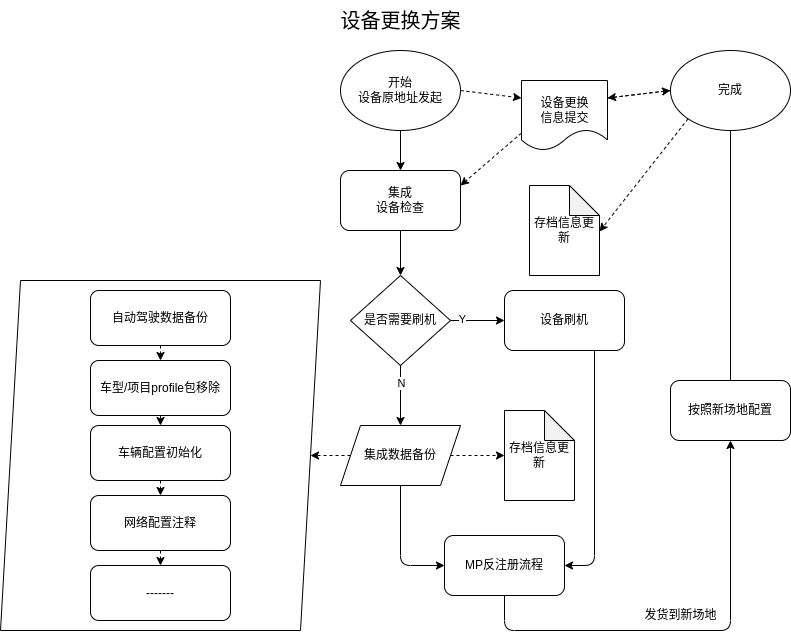
Before: workflow/v0.1-devicesReplaceScheme.drawio.png, a diagram exported from draw.io (yangchen-t/repo_demo). Source tidied: cells renumbered, new cells last; positions are measured from the earlier drawing's top-left corner, leaving out a move shared by most shapes.
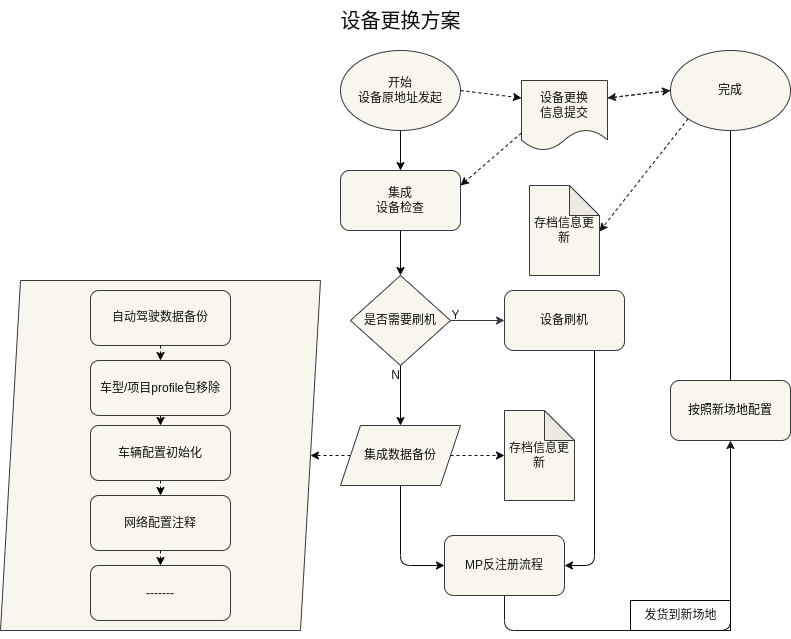
Later version of the same file.

Diff of the diagram source:
```diff
@@ -1,54 +1,44 @@
-<mxGraphModel>
+<mxGraphModel background="#ffffff" shadow="1">
   <root>
     <mxCell id="0" />
     <mxCell id="1" parent="0" />
-    <mxCell id="2" style="edgeStyle=none;html=1;exitX=1;exitY=0.25;exitDx=0;exitDy=0;entryX=0;entryY=0.5;entryDx=0;entryDy=0;dashed=1;" parent="1" edge="1" source="3" target="40">
+    <mxCell id="2" style="edgeStyle=none;html=1;exitX=1;exitY=0.25;exitDx=0;exitDy=0;entryX=0;entryY=0.5;entryDx=0;entryDy=0;dashed=1;strokeColor=#1a1919;fontColor=#1a1919;" parent="1" edge="1" source="3" target="40">
       <mxGeometry relative="1" as="geometry" />
     </mxCell>
-    <mxCell id="3" style="shape=document;whiteSpace=wrap;html=1;boundedLbl=1;" parent="1" vertex="1">
+    <mxCell id="3" value="&lt;span style=&quot;color: rgb(10, 10, 10);&quot;&gt;设备更换&lt;/span&gt;&lt;br style=&quot;color: rgb(10, 10, 10);&quot;&gt;&lt;span style=&quot;color: rgb(10, 10, 10);&quot;&gt;信息提交&lt;/span&gt;" style="shape=document;whiteSpace=wrap;html=1;boundedLbl=1;fillColor=#f9f7ed;strokeColor=#36393d;" parent="1" vertex="1">
       <mxGeometry x="521" y="80" width="86" height="70" as="geometry" />
     </mxCell>
-    <mxCell id="4" style="edgeStyle=none;html=1;exitX=0.5;exitY=1;exitDx=0;exitDy=0;entryX=0.5;entryY=0;entryDx=0;entryDy=0;" parent="1" edge="1" source="6" target="9">
+    <mxCell id="4" style="edgeStyle=none;html=1;exitX=0.5;exitY=1;exitDx=0;exitDy=0;entryX=0.5;entryY=0;entryDx=0;entryDy=0;strokeColor=#0a0a0a;" parent="1" edge="1" source="6" target="9">
       <mxGeometry relative="1" as="geometry" />
     </mxCell>
-    <mxCell id="5" style="html=1;exitX=1;exitY=0.5;exitDx=0;exitDy=0;entryX=0;entryY=0.25;entryDx=0;entryDy=0;dashed=1;" parent="1" edge="1" source="6" target="3">
+    <mxCell id="5" style="html=1;exitX=1;exitY=0.5;exitDx=0;exitDy=0;entryX=0;entryY=0.25;entryDx=0;entryDy=0;dashed=1;strokeColor=#0a0a0a;" parent="1" edge="1" source="6" target="3">
       <mxGeometry relative="1" as="geometry" />
     </mxCell>
-    <mxCell id="6" value="开始&lt;br&gt;设备原地址发起" style="ellipse;whiteSpace=wrap;html=1;" parent="1" vertex="1">
+    <mxCell id="6" value="&lt;font color=&quot;#121111&quot;&gt;开始&lt;br&gt;设备原地址发起&lt;/font&gt;" style="ellipse;whiteSpace=wrap;html=1;fillColor=#f9f7ed;strokeColor=#36393d;" parent="1" vertex="1">
       <mxGeometry x="340" y="50" width="120" height="80" as="geometry" />
     </mxCell>
-    <mxCell id="7" value="&lt;font style=&quot;font-size: 20px;&quot;&gt;设备更换方案&lt;/font&gt;" style="text;html=1;align=center;verticalAlign=middle;strokeColor=none;fillColor=none;rotation=0;" parent="1" vertex="1">
+    <mxCell id="7" value="&lt;font color=&quot;#0d0d0d&quot; style=&quot;font-size: 20px;&quot;&gt;设备更换方案&lt;/font&gt;" style="text;html=1;align=center;verticalAlign=middle;strokeColor=none;fillColor=none;rotation=0;" parent="1" vertex="1">
       <mxGeometry x="330" width="140" height="40" as="geometry" />
     </mxCell>
-    <mxCell id="8" style="edgeStyle=none;html=1;exitX=0.5;exitY=1;exitDx=0;exitDy=0;entryX=0.5;entryY=0;entryDx=0;entryDy=0;" parent="1" edge="1" source="9" target="14">
+    <mxCell id="8" style="edgeStyle=none;html=1;exitX=0.5;exitY=1;exitDx=0;exitDy=0;entryX=0.5;entryY=0;entryDx=0;entryDy=0;strokeColor=#0a0a0a;" parent="1" edge="1" source="9" target="14">
       <mxGeometry relative="1" as="geometry" />
     </mxCell>
-    <mxCell id="9" value="集成&lt;br&gt;设备检查" style="rounded=1;whiteSpace=wrap;html=1;" parent="1" vertex="1">
+    <mxCell id="9" value="&lt;font color=&quot;#121111&quot;&gt;集成&lt;br&gt;设备检查&lt;/font&gt;" style="rounded=1;whiteSpace=wrap;html=1;fillColor=#f9f7ed;strokeColor=#36393d;" parent="1" vertex="1">
       <mxGeometry x="340" y="170" width="120" height="60" as="geometry" />
     </mxCell>
-    <mxCell id="10" style="edgeStyle=none;html=1;exitX=0.5;exitY=1;exitDx=0;exitDy=0;entryX=0.5;entryY=0;entryDx=0;entryDy=0;" parent="1" edge="1" source="14" target="25">
+    <mxCell id="10" style="edgeStyle=none;html=1;exitX=0.5;exitY=1;exitDx=0;exitDy=0;entryX=0.5;entryY=0;entryDx=0;entryDy=0;strokeColor=#0a0a0a;" parent="1" edge="1" source="14" target="25">
       <mxGeometry relative="1" as="geometry" />
     </mxCell>
-    <mxCell id="11" value="N" style="edgeLabel;html=1;align=center;verticalAlign=middle;" parent="10" vertex="1">
-      <mxGeometry x="-0.53" y="-5" relative="1" as="geometry">
-        <mxPoint x="5" y="3" as="offset" />
-      </mxGeometry>
-    </mxCell>
-    <mxCell id="12" style="edgeStyle=none;html=1;exitX=1;exitY=0.5;exitDx=0;exitDy=0;entryX=0;entryY=0.5;entryDx=0;entryDy=0;" parent="1" edge="1" source="14" target="19">
+    <mxCell id="12" style="edgeStyle=none;html=1;exitX=1;exitY=0.5;exitDx=0;exitDy=0;entryX=0;entryY=0.5;entryDx=0;entryDy=0;strokeColor=#36393d;fillColor=#f9f7ed;" parent="1" edge="1" source="14" target="19">
       <mxGeometry relative="1" as="geometry" />
     </mxCell>
-    <mxCell id="13" value="Y" style="edgeLabel;html=1;align=center;verticalAlign=middle;" parent="12" vertex="1">
-      <mxGeometry x="-0.64" y="2" relative="1" as="geometry">
-        <mxPoint x="1" as="offset" />
-      </mxGeometry>
-    </mxCell>
-    <mxCell id="14" value="是否需要刷机" style="rhombus;whiteSpace=wrap;html=1;" parent="1" vertex="1">
+    <mxCell id="14" value="&lt;font color=&quot;#0a0a0a&quot;&gt;是否需要刷机&lt;/font&gt;" style="rhombus;whiteSpace=wrap;html=1;fillColor=#f9f7ed;strokeColor=#36393d;" parent="1" vertex="1">
       <mxGeometry x="350" y="275" width="100" height="90" as="geometry" />
     </mxCell>
-    <mxCell id="15" style="edgeStyle=none;html=1;exitX=1;exitY=0.5;exitDx=0;exitDy=0;dashed=1;startArrow=none;" parent="1" edge="1" source="25" target="17">
+    <mxCell id="15" style="edgeStyle=none;html=1;exitX=1;exitY=0.5;exitDx=0;exitDy=0;dashed=1;startArrow=none;strokeColor=#0a0a0a;" parent="1" edge="1" source="25" target="17">
       <mxGeometry relative="1" as="geometry" />
     </mxCell>
-    <mxCell id="16" style="edgeStyle=orthogonalEdgeStyle;html=1;entryX=0.5;entryY=1;entryDx=0;entryDy=0;startArrow=none;exitX=0.5;exitY=1;exitDx=0;exitDy=0;" parent="1" edge="1" source="36" target="20">
+    <mxCell id="16" style="edgeStyle=orthogonalEdgeStyle;html=1;entryX=0.5;entryY=1;entryDx=0;entryDy=0;startArrow=none;exitX=0.5;exitY=1;exitDx=0;exitDy=0;strokeColor=#1a1919;" parent="1" edge="1" source="36" target="20">
       <mxGeometry relative="1" as="geometry">
         <Array as="points">
           <mxPoint x="504" y="630" />
@@ -56,83 +46,86 @@
         </Array>
       </mxGeometry>
     </mxCell>
-    <mxCell id="17" value="存档信息更新" style="shape=note;whiteSpace=wrap;html=1;backgroundOutline=1;darkOpacity=0.05;" parent="1" vertex="1">
+    <mxCell id="17" value="&lt;font color=&quot;#171616&quot;&gt;存档信息更新&lt;/font&gt;" style="shape=note;whiteSpace=wrap;html=1;backgroundOutline=1;darkOpacity=0.05;fillColor=#f9f7ed;strokeColor=#36393d;" parent="1" vertex="1">
       <mxGeometry x="504" y="410" width="70" height="90" as="geometry" />
     </mxCell>
-    <mxCell id="18" style="edgeStyle=orthogonalEdgeStyle;html=1;exitX=0.75;exitY=1;exitDx=0;exitDy=0;entryX=1;entryY=0.5;entryDx=0;entryDy=0;" parent="1" edge="1" source="19" target="36">
+    <mxCell id="18" style="edgeStyle=orthogonalEdgeStyle;html=1;exitX=0.75;exitY=1;exitDx=0;exitDy=0;entryX=1;entryY=0.5;entryDx=0;entryDy=0;strokeColor=#0a0a0a;" parent="1" edge="1" source="19" target="36">
       <mxGeometry relative="1" as="geometry" />
     </mxCell>
-    <mxCell id="19" value="设备刷机" style="rounded=1;whiteSpace=wrap;html=1;" parent="1" vertex="1">
+    <mxCell id="19" value="&lt;font color=&quot;#0d0c0c&quot;&gt;设备刷机&lt;/font&gt;" style="rounded=1;whiteSpace=wrap;html=1;fillColor=#f9f7ed;strokeColor=#36393d;" parent="1" vertex="1">
       <mxGeometry x="504" y="290" width="120" height="60" as="geometry" />
     </mxCell>
-    <mxCell id="20" value="按照新场地配置" style="rounded=1;whiteSpace=wrap;html=1;" parent="1" vertex="1">
+    <mxCell id="20" value="&lt;font color=&quot;#050505&quot;&gt;按照新场地配置&lt;/font&gt;" style="rounded=1;whiteSpace=wrap;html=1;fillColor=#f9f7ed;strokeColor=#36393d;" parent="1" vertex="1">
       <mxGeometry x="670" y="380" width="120" height="60" as="geometry" />
     </mxCell>
-    <mxCell id="21" value="发货到新场地" style="text;html=1;align=center;verticalAlign=middle;strokeColor=none;fillColor=none;" parent="1" vertex="1">
+    <mxCell id="21" value="&lt;font color=&quot;#1a1919&quot;&gt;发货到新场地&lt;/font&gt;" style="text;html=1;align=center;verticalAlign=middle;strokeColor=#0a0a0a;fillColor=none;" parent="1" vertex="1">
       <mxGeometry x="630" y="600" width="100" height="30" as="geometry" />
     </mxCell>
-    <mxCell id="22" style="edgeStyle=none;html=1;exitX=0;exitY=1;exitDx=0;exitDy=0;dashed=1;entryX=1;entryY=0.511;entryDx=0;entryDy=0;entryPerimeter=0;" parent="1" edge="1" source="40" target="37">
+    <mxCell id="22" style="edgeStyle=none;html=1;exitX=0;exitY=1;exitDx=0;exitDy=0;dashed=1;entryX=1;entryY=0.511;entryDx=0;entryDy=0;entryPerimeter=0;strokeColor=#0f0f0f;" parent="1" edge="1" source="40" target="37">
       <mxGeometry relative="1" as="geometry" />
     </mxCell>
-    <mxCell id="23" style="edgeStyle=none;html=1;exitX=0;exitY=0.5;exitDx=0;exitDy=0;dashed=1;entryX=1;entryY=0.5;entryDx=0;entryDy=0;" parent="1" edge="1" source="25" target="26">
+    <mxCell id="23" style="edgeStyle=none;html=1;exitX=0;exitY=0.5;exitDx=0;exitDy=0;dashed=1;entryX=1;entryY=0.5;entryDx=0;entryDy=0;strokeColor=#0a0a0a;" parent="1" edge="1" source="25" target="26">
       <mxGeometry relative="1" as="geometry" />
     </mxCell>
-    <mxCell id="24" style="edgeStyle=orthogonalEdgeStyle;html=1;exitX=0.5;exitY=1;exitDx=0;exitDy=0;entryX=0;entryY=0.5;entryDx=0;entryDy=0;" parent="1" edge="1" source="25" target="36">
+    <mxCell id="24" style="edgeStyle=orthogonalEdgeStyle;html=1;exitX=0.5;exitY=1;exitDx=0;exitDy=0;entryX=0;entryY=0.5;entryDx=0;entryDy=0;strokeColor=#0a0a0a;" parent="1" edge="1" source="25" target="36">
       <mxGeometry relative="1" as="geometry" />
     </mxCell>
-    <mxCell id="25" value="集成数据备份" style="shape=parallelogram;perimeter=parallelogramPerimeter;whiteSpace=wrap;html=1;fixedSize=1;" parent="1" vertex="1">
+    <mxCell id="25" value="&lt;font color=&quot;#100f0f&quot;&gt;集成数据备份&lt;/font&gt;" style="shape=parallelogram;perimeter=parallelogramPerimeter;whiteSpace=wrap;html=1;fixedSize=1;fillColor=#f9f7ed;strokeColor=#36393d;" parent="1" vertex="1">
       <mxGeometry x="340" y="425" width="120" height="60" as="geometry" />
     </mxCell>
-    <mxCell id="26" style="shape=parallelogram;perimeter=parallelogramPerimeter;whiteSpace=wrap;html=1;fixedSize=1;" parent="1" vertex="1">
+    <mxCell id="26" style="shape=parallelogram;perimeter=parallelogramPerimeter;whiteSpace=wrap;html=1;fixedSize=1;fillColor=#f9f7ed;strokeColor=#36393d;" parent="1" vertex="1">
       <mxGeometry y="280" width="320" height="350" as="geometry" />
     </mxCell>
     <mxCell id="27" style="edgeStyle=none;html=1;exitX=0.5;exitY=1;exitDx=0;exitDy=0;entryX=0.5;entryY=0;entryDx=0;entryDy=0;dashed=1;" parent="1" edge="1" source="28" target="30">
       <mxGeometry relative="1" as="geometry" />
     </mxCell>
-    <mxCell id="28" value="自动驾驶数据备份" style="rounded=1;whiteSpace=wrap;html=1;" parent="1" vertex="1">
+    <mxCell id="28" value="&lt;font color=&quot;#121212&quot;&gt;自动驾驶数据备份&lt;/font&gt;" style="rounded=1;whiteSpace=wrap;html=1;fillColor=#f9f7ed;strokeColor=#36393d;" parent="1" vertex="1">
       <mxGeometry x="90" y="290" width="140" height="55" as="geometry" />
     </mxCell>
     <mxCell id="29" style="edgeStyle=none;html=1;exitX=0.5;exitY=1;exitDx=0;exitDy=0;entryX=0.5;entryY=0;entryDx=0;entryDy=0;dashed=1;" parent="1" edge="1" source="30" target="32">
       <mxGeometry relative="1" as="geometry" />
     </mxCell>
-    <mxCell id="30" value="车型/项目profile包移除" style="rounded=1;whiteSpace=wrap;html=1;" parent="1" vertex="1">
+    <mxCell id="30" value="&lt;font color=&quot;#0d0d0d&quot;&gt;车型/项目profile包移除&lt;/font&gt;" style="rounded=1;whiteSpace=wrap;html=1;fillColor=#f9f7ed;strokeColor=#36393d;" parent="1" vertex="1">
       <mxGeometry x="90" y="360" width="140" height="55" as="geometry" />
     </mxCell>
     <mxCell id="31" style="edgeStyle=none;html=1;exitX=0.5;exitY=1;exitDx=0;exitDy=0;dashed=1;" parent="1" edge="1" source="32" target="34">
       <mxGeometry relative="1" as="geometry" />
     </mxCell>
-    <mxCell id="32" value="车辆配置初始化" style="rounded=1;whiteSpace=wrap;html=1;" parent="1" vertex="1">
+    <mxCell id="32" value="&lt;font color=&quot;#0f0f0f&quot;&gt;车辆配置初始化&lt;/font&gt;" style="rounded=1;whiteSpace=wrap;html=1;fillColor=#f9f7ed;strokeColor=#36393d;" parent="1" vertex="1">
       <mxGeometry x="90" y="425" width="140" height="55" as="geometry" />
     </mxCell>
     <mxCell id="33" style="edgeStyle=none;html=1;exitX=0.5;exitY=1;exitDx=0;exitDy=0;entryX=0.5;entryY=0;entryDx=0;entryDy=0;dashed=1;" parent="1" edge="1" source="34" target="35">
       <mxGeometry relative="1" as="geometry" />
     </mxCell>
-    <mxCell id="34" value="网络配置注释" style="rounded=1;whiteSpace=wrap;html=1;" parent="1" vertex="1">
+    <mxCell id="34" value="&lt;font color=&quot;#151414&quot;&gt;网络配置注释&lt;/font&gt;" style="rounded=1;whiteSpace=wrap;html=1;fillColor=#f9f7ed;strokeColor=#36393d;" parent="1" vertex="1">
       <mxGeometry x="90" y="495" width="140" height="55" as="geometry" />
     </mxCell>
-    <mxCell id="35" value="-------" style="rounded=1;whiteSpace=wrap;html=1;" parent="1" vertex="1">
+    <mxCell id="35" value="&lt;font color=&quot;#151414&quot;&gt;-------&lt;/font&gt;" style="rounded=1;whiteSpace=wrap;html=1;fillColor=#f9f7ed;strokeColor=#36393d;" parent="1" vertex="1">
       <mxGeometry x="90" y="565" width="140" height="55" as="geometry" />
     </mxCell>
-    <mxCell id="36" value="MP反注册流程" style="rounded=1;whiteSpace=wrap;html=1;" parent="1" vertex="1">
+    <mxCell id="36" value="&lt;font color=&quot;#171616&quot;&gt;MP反注册流程&lt;/font&gt;" style="rounded=1;whiteSpace=wrap;html=1;fillColor=#f9f7ed;strokeColor=#36393d;" parent="1" vertex="1">
       <mxGeometry x="444" y="535" width="120" height="60" as="geometry" />
     </mxCell>
-    <mxCell id="37" value="存档信息更新" style="shape=note;whiteSpace=wrap;html=1;backgroundOutline=1;darkOpacity=0.05;" parent="1" vertex="1">
+    <mxCell id="37" value="&lt;font color=&quot;#121111&quot;&gt;存档信息更新&lt;/font&gt;" style="shape=note;whiteSpace=wrap;html=1;backgroundOutline=1;darkOpacity=0.05;fillColor=#f9f7ed;strokeColor=#36393d;" parent="1" vertex="1">
       <mxGeometry x="529" y="185" width="70" height="90" as="geometry" />
     </mxCell>
-    <mxCell id="38" style="html=1;exitX=0.5;exitY=0;exitDx=0;exitDy=0;endArrow=none;" parent="1" edge="1" source="20" target="40">
+    <mxCell id="38" style="html=1;exitX=0.5;exitY=0;exitDx=0;exitDy=0;endArrow=none;strokeColor=#0a0a0a;" parent="1" edge="1" source="20" target="40">
       <mxGeometry relative="1" as="geometry" />
     </mxCell>
-    <mxCell id="39" style="edgeStyle=none;html=1;exitX=0;exitY=0.5;exitDx=0;exitDy=0;entryX=1;entryY=0.25;entryDx=0;entryDy=0;dashed=1;" parent="1" edge="1" source="40" target="3">
+    <mxCell id="39" style="edgeStyle=none;html=1;exitX=0;exitY=0.5;exitDx=0;exitDy=0;entryX=1;entryY=0.25;entryDx=0;entryDy=0;strokeColor=#1a1919;fontColor=#1a1919;dashed=1;" parent="1" edge="1" source="40" target="3">
       <mxGeometry relative="1" as="geometry" />
     </mxCell>
-    <mxCell id="40" value="完成" style="ellipse;whiteSpace=wrap;html=1;" parent="1" vertex="1">
+    <mxCell id="40" value="&lt;font color=&quot;#0a0a0a&quot;&gt;完成&lt;/font&gt;" style="ellipse;whiteSpace=wrap;html=1;fillColor=#f9f7ed;strokeColor=#36393d;" parent="1" vertex="1">
       <mxGeometry x="670" y="50" width="120" height="80" as="geometry" />
     </mxCell>
-    <mxCell id="41" value="设备更换&lt;br&gt;信息提交" style="text;html=1;align=center;verticalAlign=middle;strokeColor=none;fillColor=none;" parent="1" vertex="1">
-      <mxGeometry x="529" y="90" width="70" height="40" as="geometry" />
-    </mxCell>
-    <mxCell id="42" style="edgeStyle=none;html=1;exitX=0;exitY=0.75;exitDx=0;exitDy=0;entryX=1;entryY=0.25;entryDx=0;entryDy=0;dashed=1;" parent="1" edge="1" source="3" target="9">
+    <mxCell id="42" style="edgeStyle=none;html=1;exitX=0;exitY=0.75;exitDx=0;exitDy=0;entryX=1;entryY=0.25;entryDx=0;entryDy=0;dashed=1;strokeColor=#0a0a0a;" parent="1" edge="1" source="3" target="9">
       <mxGeometry relative="1" as="geometry" />
     </mxCell>
+    <mxCell id="13" value="Y" style="text;html=1;align=center;verticalAlign=middle;strokeColor=none;fillColor=none;fontColor=#171616;" parent="1" vertex="1">
+      <mxGeometry x="440" y="300" width="30" height="30" as="geometry" />
+    </mxCell>
+    <mxCell id="11" value="N" style="text;html=1;align=center;verticalAlign=middle;strokeColor=none;fillColor=none;fontColor=#171616;" parent="1" vertex="1">
+      <mxGeometry x="380" y="360" width="30" height="30" as="geometry" />
+    </mxCell>
   </root>
 </mxGraphModel>
```
